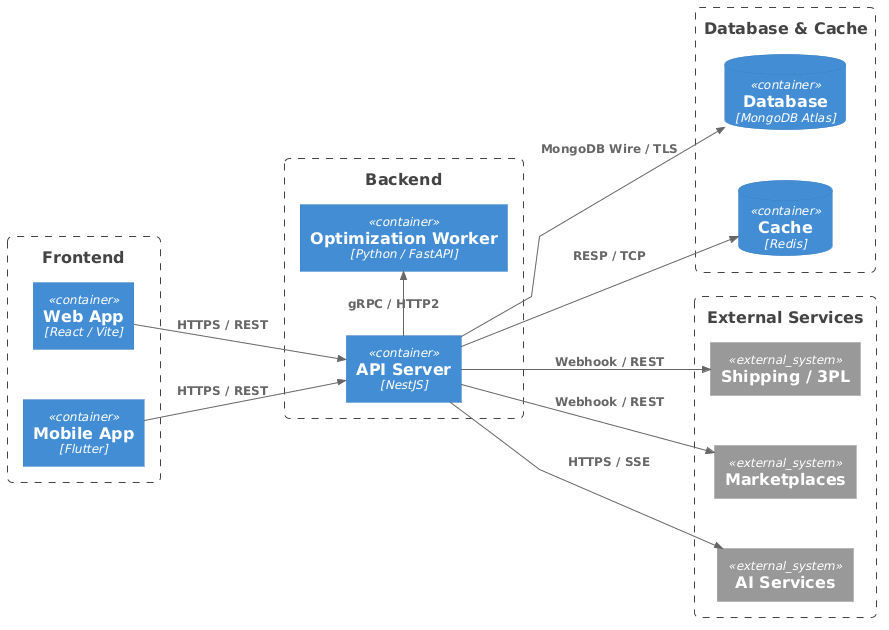
This is docs/diagrams/architecture/export/general_architecture_diagram.png from ThuaanNguyeen111/OptiPackAI, a PlantUML export, as it was before one commit. The source it was exported from:
```plantuml
@startuml
!include https://raw.githubusercontent.com/plantuml-stdlib/C4-PlantUML/master/C4_Container.puml

LAYOUT_LEFT_RIGHT()
skinparam linetype polyline
skinparam nodesep 50
skinparam ranksep 60
skinparam roundCorner 10

Boundary(c_front, "Frontend") {
    Container(FE_WEB, "Web App", "React / Vite")
    Container(FE_APP, "Mobile App", "Flutter")
}

Boundary(c_back, "Backend") {
    Container(API, "API Server", "NestJS")
    Container(WORKER, "Optimization Worker", "Python / FastAPI")
}

Boundary(c_data, "Database & Cache") {
    ContainerDb(DB, "Database", "MongoDB Atlas")
    ContainerDb(CACHE, "Cache", "Redis")
}

Boundary(c_ext, "External Services") {
    System_Ext(EXT_SHIP, "Shipping / 3PL")
    System_Ext(EXT_MKT, "Marketplaces")
    System_Ext(EXT_AI, "AI Services")
}

Rel(FE_WEB, API, "HTTPS / REST")
Rel(FE_APP, API, "HTTPS / REST")

Rel_Neighbor(API, WORKER, "gRPC / HTTP2")

Rel(API, DB, "MongoDB Wire / TLS")
Rel(API, CACHE, "RESP / TCP")

Rel(API, EXT_SHIP, "Webhook / REST")
Rel(API, EXT_MKT, "Webhook / REST")
Rel(API, EXT_AI, "HTTPS / SSE")
@enduml
```
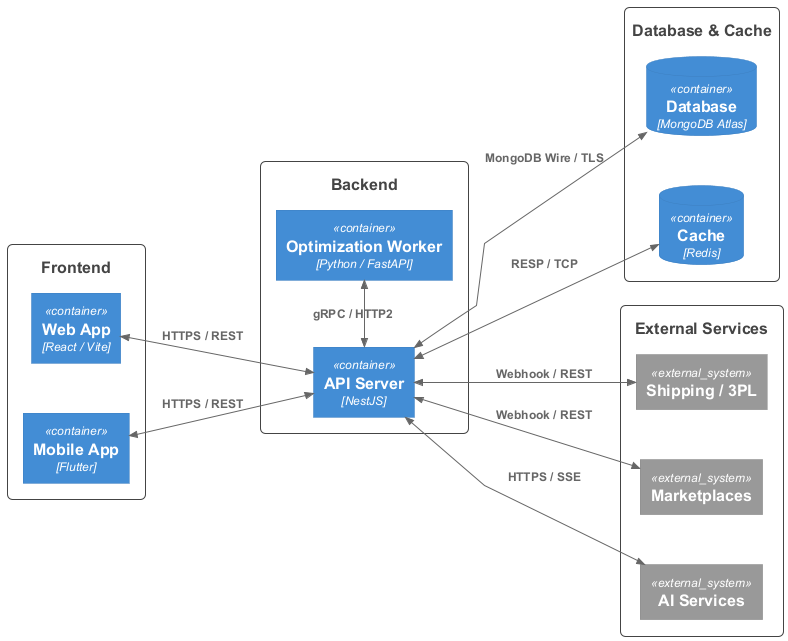
The same diagram one commit later.

Commit message:
docs(AOFP-223): refresh architecture and state diagrams

What changed in the source:
```diff
@@ -6,6 +6,7 @@
 skinparam nodesep 50
 skinparam ranksep 60
 skinparam roundCorner 10
+UpdateBoundaryStyle($borderStyle="solid")
 
 Boundary(c_front, "Frontend") {
     Container(FE_WEB, "Web App", "React / Vite")
@@ -28,15 +29,15 @@
     System_Ext(EXT_AI, "AI Services")
 }
 
-Rel(FE_WEB, API, "HTTPS / REST")
-Rel(FE_APP, API, "HTTPS / REST")
+BiRel(FE_WEB, API, "HTTPS / REST")
+BiRel(FE_APP, API, "HTTPS / REST")
 
-Rel_Neighbor(API, WORKER, "gRPC / HTTP2")
+BiRel_Neighbor(API, WORKER, "gRPC / HTTP2")
 
-Rel(API, DB, "MongoDB Wire / TLS")
-Rel(API, CACHE, "RESP / TCP")
+BiRel(API, DB, "MongoDB Wire / TLS")
+BiRel(API, CACHE, "RESP / TCP")
 
-Rel(API, EXT_SHIP, "Webhook / REST")
-Rel(API, EXT_MKT, "Webhook / REST")
-Rel(API, EXT_AI, "HTTPS / SSE")
+BiRel(API, EXT_SHIP, "Webhook / REST")
+BiRel(API, EXT_MKT, "Webhook / REST")
+BiRel(API, EXT_AI, "HTTPS / SSE")
 @enduml
```
